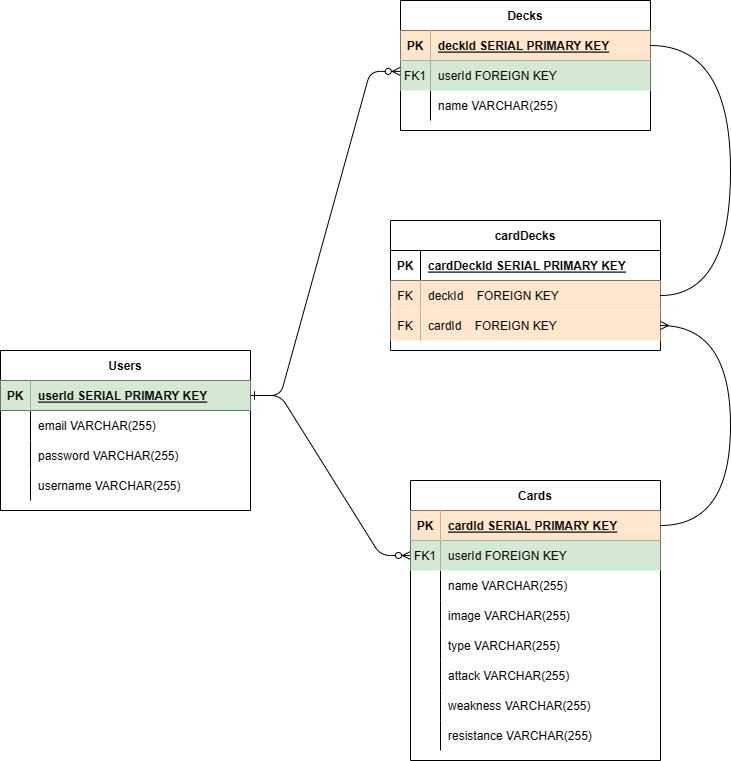
Before: erd.drawio.png, a diagram exported from draw.io (JonDmc/PokeTCG). Source tidied: cells renumbered, new cells last; positions are measured from the earlier drawing's top-left corner, leaving out a move shared by most shapes. The source it was exported from:
```xml
<mxGraphModel>
  <root>
    <mxCell id="0" />
    <mxCell id="1" parent="0" />
    <mxCell id="2" style="edgeStyle=entityRelationEdgeStyle;endArrow=ERzeroToMany;startArrow=ERone;endFill=1;startFill=0;" parent="1" edge="1" source="39" target="7">
      <mxGeometry relative="1" as="geometry" />
    </mxCell>
    <mxCell id="3" value="Cards" style="shape=table;startSize=30;rowLines=0;fontStyle=1;align=center;" parent="1" vertex="1">
      <mxGeometry x="410" y="480" width="250" height="280" as="geometry" />
    </mxCell>
    <mxCell id="4" style="shape=partialRectangle;fillColor=none;points=[[0,0.5],[1,0.5]];portConstraint=eastwest;top=0;left=0;right=0;bottom=1;" parent="3" vertex="1">
      <mxGeometry y="30" width="250" height="30" as="geometry" />
    </mxCell>
    <mxCell id="5" value="PK" style="shape=partialRectangle;overflow=hidden;fillColor=#ffe6cc;top=0;left=0;bottom=0;right=0;fontStyle=1;strokeColor=#d79b00;" parent="4" vertex="1">
      <mxGeometry width="30" height="30" as="geometry" />
    </mxCell>
    <mxCell id="6" value="cardId SERIAL PRIMARY KEY" style="shape=partialRectangle;overflow=hidden;fillColor=#ffe6cc;top=0;left=0;bottom=0;right=0;align=left;spacingLeft=6;fontStyle=5;strokeColor=#d79b00;" parent="4" vertex="1">
      <mxGeometry x="30" width="220" height="30" as="geometry" />
    </mxCell>
    <mxCell id="7" style="shape=partialRectangle;fillColor=none;points=[[0,0.5],[1,0.5]];portConstraint=eastwest;top=0;left=0;right=0;bottom=0;" parent="3" vertex="1">
      <mxGeometry y="60" width="250" height="30" as="geometry" />
    </mxCell>
    <mxCell id="8" value="FK1" style="shape=partialRectangle;overflow=hidden;fillColor=#d5e8d4;top=0;left=0;bottom=0;right=0;strokeColor=#82b366;" parent="7" vertex="1">
      <mxGeometry width="30" height="30" as="geometry" />
    </mxCell>
    <mxCell id="9" value="userId FOREIGN KEY" style="shape=partialRectangle;overflow=hidden;fillColor=#d5e8d4;top=0;left=0;bottom=0;right=0;align=left;spacingLeft=6;strokeColor=#82b366;" parent="7" vertex="1">
      <mxGeometry x="30" width="220" height="30" as="geometry" />
    </mxCell>
    <mxCell id="10" style="shape=partialRectangle;fillColor=none;top=0;left=0;right=0;bottom=0;" parent="3" vertex="1">
      <mxGeometry y="90" width="250" height="30" as="geometry" />
    </mxCell>
    <mxCell id="11" style="shape=partialRectangle;overflow=hidden;fillColor=none;top=0;left=0;bottom=0;right=0;" parent="10" vertex="1">
      <mxGeometry width="30" height="30" as="geometry" />
    </mxCell>
    <mxCell id="12" value="name VARCHAR(255)" style="shape=partialRectangle;overflow=hidden;fillColor=none;top=0;left=0;bottom=0;right=0;align=left;spacingLeft=6;" parent="10" vertex="1">
      <mxGeometry x="30" width="220" height="30" as="geometry" />
    </mxCell>
    <mxCell id="13" style="shape=tableRow;horizontal=0;startSize=0;swimlaneHead=0;swimlaneBody=0;fillColor=none;top=0;left=0;right=0;bottom=0;" parent="3" vertex="1">
      <mxGeometry y="120" width="250" height="30" as="geometry" />
    </mxCell>
    <mxCell id="14" style="shape=partialRectangle;fillColor=none;top=0;left=0;bottom=0;right=0;overflow=hidden;" parent="13" vertex="1">
      <mxGeometry width="30" height="30" as="geometry" />
    </mxCell>
    <mxCell id="15" value="image VARCHAR(255)" style="shape=partialRectangle;fillColor=none;top=0;left=0;bottom=0;right=0;align=left;spacingLeft=6;overflow=hidden;" parent="13" vertex="1">
      <mxGeometry x="30" width="220" height="30" as="geometry" />
    </mxCell>
    <mxCell id="16" style="shape=tableRow;horizontal=0;startSize=0;swimlaneHead=0;swimlaneBody=0;fillColor=none;top=0;left=0;right=0;bottom=0;" parent="3" vertex="1">
      <mxGeometry y="150" width="250" height="30" as="geometry" />
    </mxCell>
    <mxCell id="17" style="shape=partialRectangle;fillColor=none;top=0;left=0;bottom=0;right=0;overflow=hidden;" parent="16" vertex="1">
      <mxGeometry width="30" height="30" as="geometry" />
    </mxCell>
    <mxCell id="18" value="type VARCHAR(255)" style="shape=partialRectangle;fillColor=none;top=0;left=0;bottom=0;right=0;align=left;spacingLeft=6;overflow=hidden;" parent="16" vertex="1">
      <mxGeometry x="30" width="220" height="30" as="geometry" />
    </mxCell>
    <mxCell id="19" style="shape=tableRow;horizontal=0;startSize=0;swimlaneHead=0;swimlaneBody=0;fillColor=none;top=0;left=0;right=0;bottom=0;" parent="3" vertex="1">
      <mxGeometry y="180" width="250" height="30" as="geometry" />
    </mxCell>
    <mxCell id="20" style="shape=partialRectangle;fillColor=none;top=0;left=0;bottom=0;right=0;overflow=hidden;" parent="19" vertex="1">
      <mxGeometry width="30" height="30" as="geometry" />
    </mxCell>
    <mxCell id="21" value="attack VARCHAR(255)" style="shape=partialRectangle;fillColor=none;top=0;left=0;bottom=0;right=0;align=left;spacingLeft=6;overflow=hidden;" parent="19" vertex="1">
      <mxGeometry x="30" width="220" height="30" as="geometry" />
    </mxCell>
    <mxCell id="22" style="shape=tableRow;horizontal=0;startSize=0;swimlaneHead=0;swimlaneBody=0;fillColor=none;top=0;left=0;right=0;bottom=0;" parent="3" vertex="1">
      <mxGeometry y="210" width="250" height="30" as="geometry" />
    </mxCell>
    <mxCell id="23" style="shape=partialRectangle;fillColor=none;top=0;left=0;bottom=0;right=0;overflow=hidden;" parent="22" vertex="1">
      <mxGeometry width="30" height="30" as="geometry" />
    </mxCell>
    <mxCell id="24" value="weakness VARCHAR(255)" style="shape=partialRectangle;fillColor=none;top=0;left=0;bottom=0;right=0;align=left;spacingLeft=6;overflow=hidden;" parent="22" vertex="1">
      <mxGeometry x="30" width="220" height="30" as="geometry" />
    </mxCell>
    <mxCell id="25" style="shape=tableRow;horizontal=0;startSize=0;swimlaneHead=0;swimlaneBody=0;fillColor=none;top=0;left=0;right=0;bottom=0;" parent="3" vertex="1">
      <mxGeometry y="240" width="250" height="30" as="geometry" />
    </mxCell>
    <mxCell id="26" style="shape=partialRectangle;fillColor=none;top=0;left=0;bottom=0;right=0;overflow=hidden;" parent="25" vertex="1">
      <mxGeometry width="30" height="30" as="geometry" />
    </mxCell>
    <mxCell id="27" value="resistance VARCHAR(255)" style="shape=partialRectangle;fillColor=none;top=0;left=0;bottom=0;right=0;align=left;spacingLeft=6;overflow=hidden;" parent="25" vertex="1">
      <mxGeometry x="30" width="220" height="30" as="geometry" />
    </mxCell>
    <mxCell id="28" value="Decks" style="shape=table;startSize=30;rowLines=0;fontStyle=1;align=center;" parent="1" vertex="1">
      <mxGeometry x="400" width="250" height="130" as="geometry" />
    </mxCell>
    <mxCell id="29" style="shape=partialRectangle;fillColor=none;points=[[0,0.5],[1,0.5]];portConstraint=eastwest;top=0;left=0;right=0;bottom=1;" parent="28" vertex="1">
      <mxGeometry y="30" width="250" height="30" as="geometry" />
    </mxCell>
    <mxCell id="30" value="PK" style="shape=partialRectangle;overflow=hidden;fillColor=#ffe6cc;top=0;left=0;bottom=0;right=0;fontStyle=1;strokeColor=#d79b00;" parent="29" vertex="1">
      <mxGeometry width="30" height="30" as="geometry" />
    </mxCell>
    <mxCell id="31" value="deckId SERIAL PRIMARY KEY" style="shape=partialRectangle;overflow=hidden;fillColor=#ffe6cc;top=0;left=0;bottom=0;right=0;align=left;spacingLeft=6;fontStyle=5;strokeColor=#d79b00;" parent="29" vertex="1">
      <mxGeometry x="30" width="220" height="30" as="geometry" />
    </mxCell>
    <mxCell id="32" style="shape=partialRectangle;fillColor=none;points=[[0,0.5],[1,0.5]];portConstraint=eastwest;top=0;left=0;right=0;bottom=0;" parent="28" vertex="1">
      <mxGeometry y="60" width="250" height="30" as="geometry" />
    </mxCell>
    <mxCell id="33" value="FK1" style="shape=partialRectangle;overflow=hidden;fillColor=#d5e8d4;top=0;left=0;bottom=0;right=0;strokeColor=#82b366;" parent="32" vertex="1">
      <mxGeometry width="30" height="30" as="geometry" />
    </mxCell>
    <mxCell id="34" value="userId FOREIGN KEY" style="shape=partialRectangle;overflow=hidden;fillColor=#d5e8d4;top=0;left=0;bottom=0;right=0;align=left;spacingLeft=6;strokeColor=#82b366;" parent="32" vertex="1">
      <mxGeometry x="30" width="220" height="30" as="geometry" />
    </mxCell>
    <mxCell id="35" style="shape=partialRectangle;fillColor=none;top=0;left=0;right=0;bottom=0;" parent="28" vertex="1">
      <mxGeometry y="90" width="250" height="30" as="geometry" />
    </mxCell>
    <mxCell id="36" style="shape=partialRectangle;overflow=hidden;fillColor=none;top=0;left=0;bottom=0;right=0;" parent="35" vertex="1">
      <mxGeometry width="30" height="30" as="geometry" />
    </mxCell>
    <mxCell id="37" value="name VARCHAR(255)" style="shape=partialRectangle;overflow=hidden;fillColor=none;top=0;left=0;bottom=0;right=0;align=left;spacingLeft=6;" parent="35" vertex="1">
      <mxGeometry x="30" width="220" height="30" as="geometry" />
    </mxCell>
    <mxCell id="38" value="Users" style="shape=table;startSize=30;rowLines=0;fontStyle=1;align=center;" parent="1" vertex="1">
      <mxGeometry y="350" width="250" height="160" as="geometry" />
    </mxCell>
    <mxCell id="39" style="shape=partialRectangle;fillColor=none;points=[[0,0.5],[1,0.5]];portConstraint=eastwest;top=0;left=0;right=0;bottom=1;" parent="38" vertex="1">
      <mxGeometry y="30" width="250" height="30" as="geometry" />
    </mxCell>
    <mxCell id="40" value="PK" style="shape=partialRectangle;overflow=hidden;fillColor=#d5e8d4;top=0;left=0;bottom=0;right=0;fontStyle=1;strokeColor=#82b366;" parent="39" vertex="1">
      <mxGeometry width="30" height="30" as="geometry" />
    </mxCell>
    <mxCell id="41" value="userId SERIAL PRIMARY KEY" style="shape=partialRectangle;overflow=hidden;fillColor=#d5e8d4;top=0;left=0;bottom=0;right=0;align=left;spacingLeft=6;fontStyle=5;strokeColor=#82b366;" parent="39" vertex="1">
      <mxGeometry x="30" width="220" height="30" as="geometry" />
    </mxCell>
    <mxCell id="42" style="shape=partialRectangle;fillColor=none;top=0;left=0;right=0;bottom=0;" parent="38" vertex="1">
      <mxGeometry y="60" width="250" height="30" as="geometry" />
    </mxCell>
    <mxCell id="43" style="shape=partialRectangle;overflow=hidden;fillColor=none;top=0;left=0;bottom=0;right=0;" parent="42" vertex="1">
      <mxGeometry width="30" height="30" as="geometry" />
    </mxCell>
    <mxCell id="44" value="email VARCHAR(255)" style="shape=partialRectangle;overflow=hidden;fillColor=none;top=0;left=0;bottom=0;right=0;align=left;spacingLeft=6;" parent="42" vertex="1">
      <mxGeometry x="30" width="220" height="30" as="geometry" />
    </mxCell>
    <mxCell id="45" style="shape=tableRow;horizontal=0;startSize=0;swimlaneHead=0;swimlaneBody=0;fillColor=none;top=0;left=0;right=0;bottom=0;" parent="38" vertex="1">
      <mxGeometry y="90" width="250" height="30" as="geometry" />
    </mxCell>
    <mxCell id="46" style="shape=partialRectangle;fillColor=none;top=0;left=0;bottom=0;right=0;overflow=hidden;" parent="45" vertex="1">
      <mxGeometry width="30" height="30" as="geometry" />
    </mxCell>
    <mxCell id="47" value="password VARCHAR(255)" style="shape=partialRectangle;fillColor=none;top=0;left=0;bottom=0;right=0;align=left;spacingLeft=6;overflow=hidden;" parent="45" vertex="1">
      <mxGeometry x="30" width="220" height="30" as="geometry" />
    </mxCell>
    <mxCell id="48" style="shape=tableRow;horizontal=0;startSize=0;swimlaneHead=0;swimlaneBody=0;fillColor=none;top=0;left=0;right=0;bottom=0;" parent="38" vertex="1">
      <mxGeometry y="120" width="250" height="30" as="geometry" />
    </mxCell>
    <mxCell id="49" style="shape=partialRectangle;fillColor=none;top=0;left=0;bottom=0;right=0;overflow=hidden;" parent="48" vertex="1">
      <mxGeometry width="30" height="30" as="geometry" />
    </mxCell>
    <mxCell id="50" value="username VARCHAR(255)" style="shape=partialRectangle;fillColor=none;top=0;left=0;bottom=0;right=0;align=left;spacingLeft=6;overflow=hidden;" parent="48" vertex="1">
      <mxGeometry x="30" width="220" height="30" as="geometry" />
    </mxCell>
    <mxCell id="51" style="edgeStyle=entityRelationEdgeStyle;endArrow=ERzeroToMany;startArrow=ERone;endFill=1;startFill=0;entryX=-0.001;entryY=0.363;entryDx=0;entryDy=0;entryPerimeter=0;" parent="1" edge="1" source="39" target="32">
      <mxGeometry relative="1" as="geometry" />
    </mxCell>
    <mxCell id="52" value="cardDecks" style="shape=table;startSize=30;rowLines=0;fontStyle=1;align=center;" parent="1" vertex="1">
      <mxGeometry x="390" y="220" width="270" height="130" as="geometry" />
    </mxCell>
    <mxCell id="53" style="shape=tableRow;horizontal=0;startSize=0;swimlaneHead=0;swimlaneBody=0;fillColor=none;top=0;left=0;right=0;bottom=1;" parent="52" vertex="1">
      <mxGeometry y="30" width="270" height="30" as="geometry" />
    </mxCell>
    <mxCell id="54" value="PK" style="shape=partialRectangle;fillColor=none;top=0;left=0;bottom=0;right=0;fontStyle=1;overflow=hidden;" parent="53" vertex="1">
      <mxGeometry width="30" height="30" as="geometry" />
    </mxCell>
    <mxCell id="55" value="cardDeckId SERIAL PRIMARY KEY" style="shape=partialRectangle;fillColor=none;top=0;left=0;bottom=0;right=0;align=left;spacingLeft=6;fontStyle=5;overflow=hidden;" parent="53" vertex="1">
      <mxGeometry x="30" width="240" height="30" as="geometry" />
    </mxCell>
    <mxCell id="56" style="shape=tableRow;horizontal=0;startSize=0;swimlaneHead=0;swimlaneBody=0;fillColor=none;points=[[0,0.5],[1,0.5]];portConstraint=eastwest;top=0;left=0;right=0;bottom=0;" parent="52" vertex="1">
      <mxGeometry y="60" width="270" height="30" as="geometry" />
    </mxCell>
    <mxCell id="57" value="FK" style="shape=partialRectangle;fillColor=#ffe6cc;top=0;left=0;bottom=0;right=0;fontStyle=0;overflow=hidden;strokeColor=#d79b00;" parent="56" vertex="1">
      <mxGeometry width="30" height="30" as="geometry" />
    </mxCell>
    <mxCell id="58" value="deckId    FOREIGN KEY" style="shape=partialRectangle;fillColor=#ffe6cc;top=0;left=0;bottom=0;right=0;align=left;spacingLeft=6;fontStyle=0;overflow=hidden;strokeColor=#d79b00;" parent="56" vertex="1">
      <mxGeometry x="30" width="240" height="30" as="geometry" />
    </mxCell>
    <mxCell id="59" style="shape=tableRow;horizontal=0;startSize=0;swimlaneHead=0;swimlaneBody=0;fillColor=none;points=[[0,0.5],[1,0.5]];portConstraint=eastwest;top=0;left=0;right=0;bottom=0;" parent="52" vertex="1">
      <mxGeometry y="90" width="270" height="30" as="geometry" />
    </mxCell>
    <mxCell id="60" value="FK" style="shape=partialRectangle;fillColor=#ffe6cc;top=0;left=0;bottom=0;right=0;fontStyle=0;overflow=hidden;strokeColor=#d79b00;" parent="59" vertex="1">
      <mxGeometry width="30" height="30" as="geometry" />
    </mxCell>
    <mxCell id="61" value="cardId    FOREIGN KEY" style="shape=partialRectangle;fillColor=#ffe6cc;top=0;left=0;bottom=0;right=0;align=left;spacingLeft=6;fontStyle=0;overflow=hidden;strokeColor=#d79b00;" parent="59" vertex="1">
      <mxGeometry x="30" width="240" height="30" as="geometry" />
    </mxCell>
    <mxCell id="62" style="edgeStyle=orthogonalEdgeStyle;fontSize=12;html=1;endArrow=none;endFill=0;rounded=0;entryX=1;entryY=0.5;entryDx=0;entryDy=0;exitX=1;exitY=0.5;exitDx=0;exitDy=0;curved=1;" parent="1" edge="1" source="29" target="56">
      <mxGeometry relative="1" as="geometry">
        <Array as="points">
          <mxPoint x="730" y="45" />
          <mxPoint x="730" y="295" />
        </Array>
      </mxGeometry>
    </mxCell>
    <mxCell id="63" style="edgeStyle=orthogonalEdgeStyle;fontSize=12;html=1;endArrow=ERmany;rounded=0;curved=1;exitX=1;exitY=0.5;exitDx=0;exitDy=0;entryX=1;entryY=0.5;entryDx=0;entryDy=0;" parent="1" edge="1" source="4" target="59">
      <mxGeometry relative="1" as="geometry">
        <Array as="points">
          <mxPoint x="730" y="525" />
          <mxPoint x="730" y="325" />
        </Array>
      </mxGeometry>
    </mxCell>
  </root>
</mxGraphModel>
```
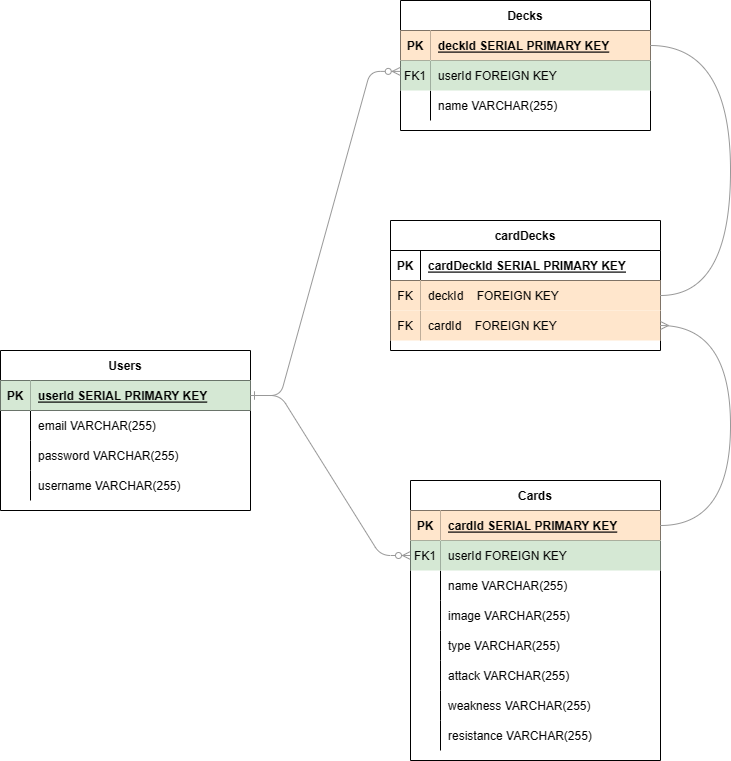
After the change.

Diff of the diagram source:
```diff
@@ -2,7 +2,7 @@
   <root>
     <mxCell id="0" />
     <mxCell id="1" parent="0" />
-    <mxCell id="2" style="edgeStyle=entityRelationEdgeStyle;endArrow=ERzeroToMany;startArrow=ERone;endFill=1;startFill=0;" parent="1" edge="1" source="39" target="7">
+    <mxCell id="2" style="edgeStyle=entityRelationEdgeStyle;endArrow=ERzeroToMany;startArrow=ERone;endFill=1;startFill=0;strokeColor=#999999;" parent="1" edge="1" source="39" target="7">
       <mxGeometry relative="1" as="geometry" />
     </mxCell>
     <mxCell id="3" value="Cards" style="shape=table;startSize=30;rowLines=0;fontStyle=1;align=center;" parent="1" vertex="1">
@@ -149,7 +149,7 @@
     <mxCell id="50" value="username VARCHAR(255)" style="shape=partialRectangle;fillColor=none;top=0;left=0;bottom=0;right=0;align=left;spacingLeft=6;overflow=hidden;" parent="48" vertex="1">
       <mxGeometry x="30" width="220" height="30" as="geometry" />
     </mxCell>
-    <mxCell id="51" style="edgeStyle=entityRelationEdgeStyle;endArrow=ERzeroToMany;startArrow=ERone;endFill=1;startFill=0;entryX=-0.001;entryY=0.363;entryDx=0;entryDy=0;entryPerimeter=0;" parent="1" edge="1" source="39" target="32">
+    <mxCell id="51" style="edgeStyle=entityRelationEdgeStyle;endArrow=ERzeroToMany;startArrow=ERone;endFill=1;startFill=0;entryX=-0.001;entryY=0.363;entryDx=0;entryDy=0;entryPerimeter=0;strokeColor=#999999;" parent="1" edge="1" source="39" target="32">
       <mxGeometry relative="1" as="geometry" />
     </mxCell>
     <mxCell id="52" value="cardDecks" style="shape=table;startSize=30;rowLines=0;fontStyle=1;align=center;" parent="1" vertex="1">
@@ -182,7 +182,7 @@
     <mxCell id="61" value="cardId    FOREIGN KEY" style="shape=partialRectangle;fillColor=#ffe6cc;top=0;left=0;bottom=0;right=0;align=left;spacingLeft=6;fontStyle=0;overflow=hidden;strokeColor=#d79b00;" parent="59" vertex="1">
       <mxGeometry x="30" width="240" height="30" as="geometry" />
     </mxCell>
-    <mxCell id="62" style="edgeStyle=orthogonalEdgeStyle;fontSize=12;html=1;endArrow=none;endFill=0;rounded=0;entryX=1;entryY=0.5;entryDx=0;entryDy=0;exitX=1;exitY=0.5;exitDx=0;exitDy=0;curved=1;" parent="1" edge="1" source="29" target="56">
+    <mxCell id="62" style="edgeStyle=orthogonalEdgeStyle;fontSize=12;html=1;endArrow=none;endFill=0;rounded=0;entryX=1;entryY=0.5;entryDx=0;entryDy=0;exitX=1;exitY=0.5;exitDx=0;exitDy=0;curved=1;strokeColor=#999999;" parent="1" edge="1" source="29" target="56">
       <mxGeometry relative="1" as="geometry">
         <Array as="points">
           <mxPoint x="730" y="45" />
@@ -190,7 +190,7 @@
         </Array>
       </mxGeometry>
     </mxCell>
-    <mxCell id="63" style="edgeStyle=orthogonalEdgeStyle;fontSize=12;html=1;endArrow=ERmany;rounded=0;curved=1;exitX=1;exitY=0.5;exitDx=0;exitDy=0;entryX=1;entryY=0.5;entryDx=0;entryDy=0;" parent="1" edge="1" source="4" target="59">
+    <mxCell id="63" style="edgeStyle=orthogonalEdgeStyle;fontSize=12;html=1;endArrow=ERmany;rounded=0;curved=1;exitX=1;exitY=0.5;exitDx=0;exitDy=0;entryX=1;entryY=0.5;entryDx=0;entryDy=0;strokeColor=#999999;" parent="1" edge="1" source="4" target="59">
       <mxGeometry relative="1" as="geometry">
         <Array as="points">
           <mxPoint x="730" y="525" />
```
